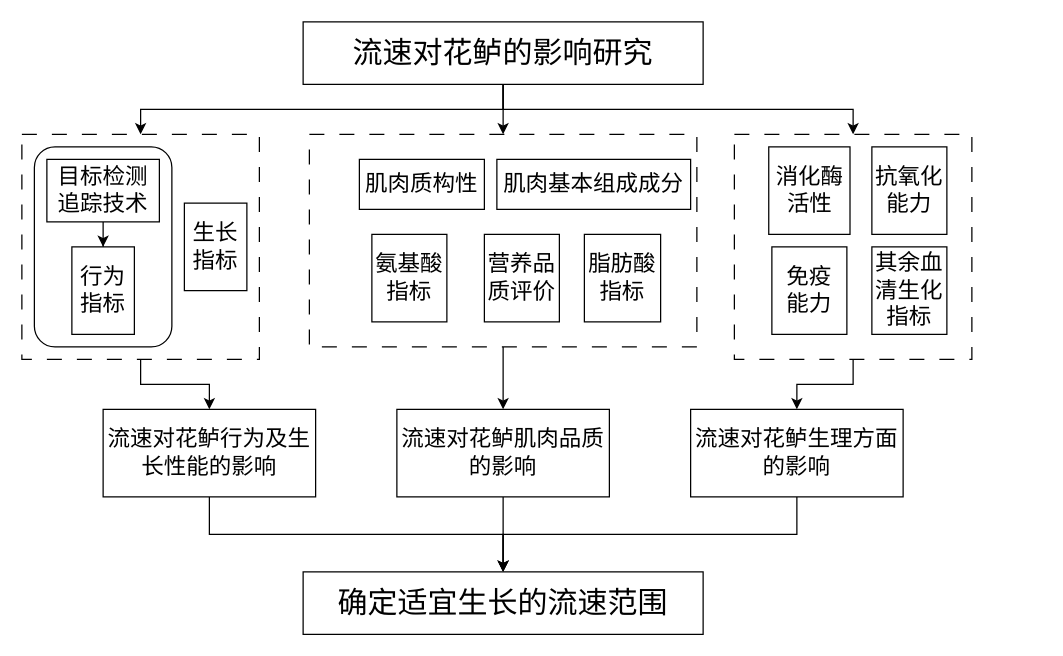
The draw.io diagram 水流对对中华花鲈的影响.drawio in 729973389/picture, before the edit. Source tidied: cells renumbered, new cells numbered last; positions are measured from the earlier drawing's top-left corner, leaving out a move shared by most shapes. Both pictures are drawn from the tidied source at 125%, with x=0, y=0 at pixel (21, 21).
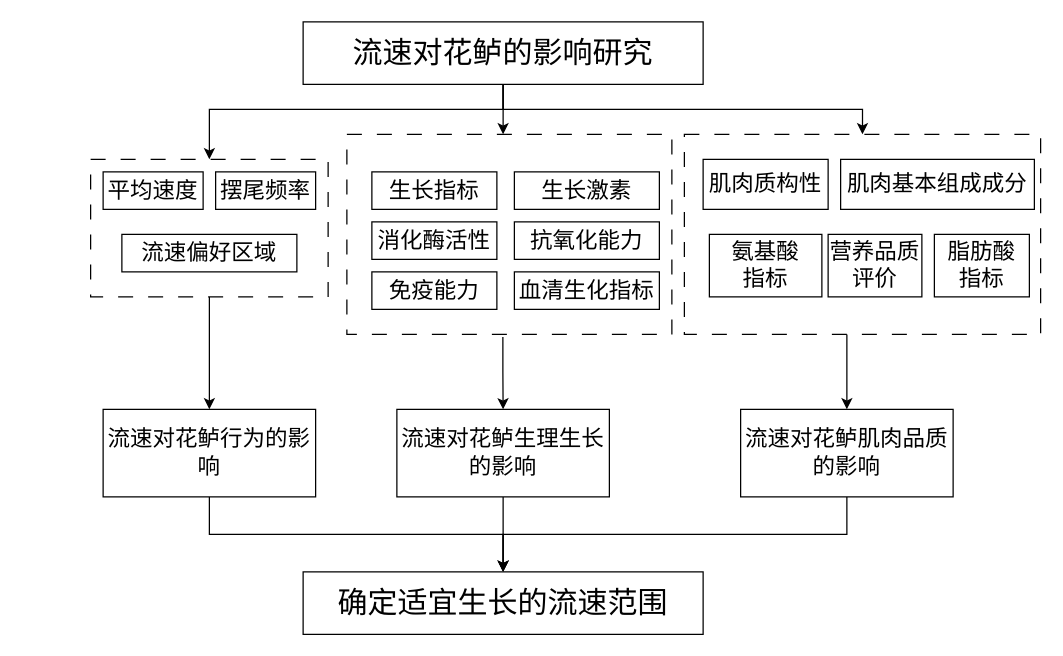
Above is the later version.

Commit message:
更新水流对对中华花鲈的影响.drawio

The change refers to these unchanged cells:
```xml
<mxCell id="5" value="&lt;font style=&quot;font-size: 24px;&quot; face=&quot;宋体&quot;&gt;流速对花鲈的影响研究&lt;/font&gt;" style="rounded=0;whiteSpace=wrap;html=1;" parent="1" vertex="1">
  <mxGeometry x="225" width="320" height="50" as="geometry" />
</mxCell>
<mxCell id="31" value="&lt;font style=&quot;font-size: 24px;&quot; face=&quot;宋体&quot;&gt;确定适宜生长的流速范围&lt;/font&gt;" style="rounded=0;whiteSpace=wrap;html=1;" parent="1" vertex="1">
  <mxGeometry x="225" y="440" width="320" height="50" as="geometry" />
</mxCell>
```

The edit, as a diff of the source:
```diff
@@
     <mxCell id="2" style="edgeStyle=orthogonalEdgeStyle;rounded=0;jettySize=auto;html=1;exitX=0.5;exitY=1;exitDx=0;exitDy=0;entryX=0.5;entryY=0;entryDx=0;entryDy=0;" parent="1" edge="1" source="5" target="7">
-      <mxGeometry relative="1" as="geometry" />
+      <mxGeometry relative="1" as="geometry">
+        <Array as="points">
+          <mxPoint x="385" y="70" />
+          <mxPoint x="150" y="70" />
+        </Array>
+      </mxGeometry>
     </mxCell>
+    <mxCell id="4" style="edgeStyle=orthogonalEdgeStyle;rounded=0;jettySize=auto;html=1;exitX=0.5;exitY=1;exitDx=0;exitDy=0;" parent="1" edge="1" source="5">
+      <mxGeometry relative="1" as="geometry">
+        <mxPoint x="385" y="90" as="targetPoint" />
+      </mxGeometry>
+    </mxCell>
-    <mxCell id="3" style="edgeStyle=orthogonalEdgeStyle;rounded=0;jettySize=auto;html=1;exitX=0.5;exitY=1;exitDx=0;exitDy=0;entryX=0.5;entryY=0;entryDx=0;entryDy=0;" parent="1" edge="1" source="5" target="14">
+    <mxCell id="3" style="edgeStyle=orthogonalEdgeStyle;rounded=0;jettySize=auto;html=1;exitX=0.5;exitY=1;exitDx=0;exitDy=0;" parent="1" edge="1" source="5" target="14">
       <mxGeometry relative="1" as="geometry" />
     </mxCell>
-    <mxCell id="4" style="edgeStyle=orthogonalEdgeStyle;rounded=0;jettySize=auto;html=1;exitX=0.5;exitY=1;exitDx=0;exitDy=0;" parent="1" edge="1" source="5" target="16">
-      <mxGeometry relative="1" as="geometry" />
-    </mxCell>
@@
     <mxCell id="7" style="rounded=0;whiteSpace=wrap;html=1;fillColor=none;dashed=1;dashPattern=12 12;" parent="1" vertex="1">
-      <mxGeometry y="90" width="190" height="180" as="geometry" />
+      <mxGeometry x="55" y="110" width="190" height="110" as="geometry" />
     </mxCell>
-    <mxCell id="8" style="edgeStyle=orthogonalEdgeStyle;rounded=0;jettySize=auto;html=1;" parent="1" edge="1" source="9" target="11">
-      <mxGeometry relative="1" as="geometry" />
-    </mxCell>
-    <mxCell id="9" value="&lt;font style=&quot;font-size: 18px;&quot; face=&quot;宋体&quot;&gt;目标检测追踪技术&lt;/font&gt;" style="rounded=0;whiteSpace=wrap;html=1;" parent="1" vertex="1">
-      <mxGeometry x="20" y="110" width="90" height="50" as="geometry" />
+    <mxCell id="9" value="&lt;font face=&quot;宋体&quot;&gt;&lt;span style=&quot;font-size: 18px;&quot;&gt;平均速度&lt;/span&gt;&lt;/font&gt;" style="rounded=0;whiteSpace=wrap;html=1;" parent="1" vertex="1">
+      <mxGeometry x="65" y="120" width="80" height="30" as="geometry" />
     </mxCell>
     <mxCell id="10" value="&lt;font face=&quot;宋体&quot; style=&quot;font-size: 18px;&quot;&gt;生长指标&lt;/font&gt;" style="rounded=0;whiteSpace=wrap;html=1;" parent="1" vertex="1">
-      <mxGeometry x="130" y="145" width="50" height="70" as="geometry" />
+      <mxGeometry x="280" y="120" width="100" height="30" as="geometry" />
     </mxCell>
-    <mxCell id="11" value="&lt;font face=&quot;宋体&quot; style=&quot;font-size: 18px;&quot;&gt;行为指标&lt;/font&gt;" style="rounded=0;whiteSpace=wrap;html=1;" parent="1" vertex="1">
-      <mxGeometry x="40" y="180" width="50" height="70" as="geometry" />
-    </mxCell>
-    <mxCell id="12" style="rounded=1;whiteSpace=wrap;html=1;fillColor=none;" parent="1" vertex="1">
-      <mxGeometry x="10" y="100" width="110" height="160" as="geometry" />
-    </mxCell>
     <mxCell id="13" style="edgeStyle=orthogonalEdgeStyle;rounded=0;jettySize=auto;html=1;" parent="1" edge="1" source="14" target="28">
-      <mxGeometry relative="1" as="geometry" />
+      <mxGeometry relative="1" as="geometry">
+        <Array as="points">
+          <mxPoint x="660" y="270" />
+          <mxPoint x="660" y="270" />
+        </Array>
+      </mxGeometry>
     </mxCell>
     <mxCell id="14" style="rounded=0;whiteSpace=wrap;html=1;fillColor=none;dashed=1;dashPattern=12 12;" parent="1" vertex="1">
-      <mxGeometry x="230" y="90" width="310" height="170" as="geometry" />
+      <mxGeometry x="530" y="90" width="285" height="160" as="geometry" />
     </mxCell>
-    <mxCell id="15" style="edgeStyle=orthogonalEdgeStyle;rounded=0;jettySize=auto;html=1;" parent="1" edge="1" source="16" target="30">
+    <mxCell id="15" style="edgeStyle=orthogonalEdgeStyle;rounded=0;jettySize=auto;html=1;exitX=0.48;exitY=1.013;exitDx=0;exitDy=0;exitPerimeter=0;" parent="1" edge="1" source="36" target="30">
       <mxGeometry relative="1" as="geometry" />
     </mxCell>
-    <mxCell id="16" style="rounded=0;whiteSpace=wrap;html=1;fillColor=none;dashed=1;dashPattern=12 12;" parent="1" vertex="1">
-      <mxGeometry x="570" y="90" width="190" height="180" as="geometry" />
-    </mxCell>
     <mxCell id="17" value="&lt;font face=&quot;宋体&quot; style=&quot;font-size: 18px;&quot;&gt;肌肉质构性&lt;/font&gt;" style="rounded=0;whiteSpace=wrap;html=1;" parent="1" vertex="1">
-      <mxGeometry x="270" y="110" width="100" height="40" as="geometry" />
+      <mxGeometry x="545" y="110" width="100" height="40" as="geometry" />
     </mxCell>
     <mxCell id="18" value="&lt;font face=&quot;宋体&quot; style=&quot;font-size: 18px;&quot;&gt;肌肉基本组成成分&lt;/font&gt;" style="rounded=0;whiteSpace=wrap;html=1;" parent="1" vertex="1">
-      <mxGeometry x="380" y="110" width="155" height="40" as="geometry" />
+      <mxGeometry x="655" y="110" width="155" height="40" as="geometry" />
     </mxCell>
-    <mxCell id="19" value="&lt;font face=&quot;宋体&quot; style=&quot;font-size: 18px;&quot;&gt;氨基酸指标&lt;/font&gt;" style="rounded=0;whiteSpace=wrap;html=1;" parent="1" vertex="1">
-      <mxGeometry x="280" y="170" width="60" height="70" as="geometry" />
+    <mxCell id="19" value="&lt;font face=&quot;宋体&quot; style=&quot;font-size: 18px;&quot;&gt;氨基酸&lt;br&gt;指标&lt;/font&gt;" style="rounded=0;whiteSpace=wrap;html=1;" parent="1" vertex="1">
+      <mxGeometry x="550" y="170" width="90" height="50" as="geometry" />
     </mxCell>
-    <mxCell id="20" value="&lt;font face=&quot;宋体&quot; style=&quot;font-size: 18px;&quot;&gt;脂肪酸指标&lt;/font&gt;" style="rounded=0;whiteSpace=wrap;html=1;" parent="1" vertex="1">
-      <mxGeometry x="450" y="170" width="61" height="70" as="geometry" />
+    <mxCell id="20" value="&lt;font face=&quot;宋体&quot; style=&quot;font-size: 18px;&quot;&gt;脂肪酸&lt;br&gt;指标&lt;/font&gt;" style="rounded=0;whiteSpace=wrap;html=1;" parent="1" vertex="1">
+      <mxGeometry x="730" y="170" width="76" height="50" as="geometry" />
     </mxCell>
     <mxCell id="21" value="&lt;font face=&quot;宋体&quot; style=&quot;font-size: 18px;&quot;&gt;消化酶活性&lt;/font&gt;" style="rounded=0;whiteSpace=wrap;html=1;" parent="1" vertex="1">
-      <mxGeometry x="597.5" y="100" width="65" height="70" as="geometry" />
+      <mxGeometry x="280" y="160" width="100" height="30" as="geometry" />
     </mxCell>
     <mxCell id="22" value="&lt;font face=&quot;宋体&quot; style=&quot;font-size: 18px;&quot;&gt;抗氧化能力&lt;/font&gt;" style="rounded=0;whiteSpace=wrap;html=1;" parent="1" vertex="1">
-      <mxGeometry x="680" y="100" width="60" height="70" as="geometry" />
+      <mxGeometry x="394" y="160" width="116" height="30" as="geometry" />
     </mxCell>
-    <mxCell id="23" value="&lt;font face=&quot;宋体&quot; style=&quot;font-size: 18px;&quot;&gt;免疫&lt;br&gt;能力&lt;/font&gt;" style="rounded=0;whiteSpace=wrap;html=1;" parent="1" vertex="1">
-      <mxGeometry x="600" y="180" width="60" height="70" as="geometry" />
+    <mxCell id="23" value="&lt;font face=&quot;宋体&quot; style=&quot;font-size: 18px;&quot;&gt;免疫能力&lt;/font&gt;" style="rounded=0;whiteSpace=wrap;html=1;" parent="1" vertex="1">
+      <mxGeometry x="280" y="200" width="100" height="30" as="geometry" />
     </mxCell>
-    <mxCell id="24" value="&lt;font face=&quot;宋体&quot; style=&quot;font-size: 18px;&quot;&gt;其余血清生化指标&lt;/font&gt;" style="rounded=0;whiteSpace=wrap;html=1;" parent="1" vertex="1">
-      <mxGeometry x="680" y="180" width="60" height="70" as="geometry" />
+    <mxCell id="24" value="&lt;font face=&quot;宋体&quot; style=&quot;font-size: 18px;&quot;&gt;血清生化指标&lt;/font&gt;" style="rounded=0;whiteSpace=wrap;html=1;" parent="1" vertex="1">
+      <mxGeometry x="394" y="200" width="116" height="30" as="geometry" />
     </mxCell>
@@
-    <mxCell id="26" value="&lt;font style=&quot;font-size: 18px;&quot; face=&quot;宋体&quot;&gt;流速对花鲈行为及生长性能的影响&lt;/font&gt;" style="rounded=0;whiteSpace=wrap;html=1;" parent="1" vertex="1">
+    <mxCell id="26" value="&lt;font style=&quot;font-size: 18px;&quot; face=&quot;宋体&quot;&gt;流速对花鲈行为的影响&lt;/font&gt;" style="rounded=0;whiteSpace=wrap;html=1;" parent="1" vertex="1">
       <mxGeometry x="65" y="310" width="170" height="70" as="geometry" />
     </mxCell>
     <mxCell id="27" style="edgeStyle=orthogonalEdgeStyle;rounded=0;jettySize=auto;html=1;entryX=0.5;entryY=0;entryDx=0;entryDy=0;" parent="1" edge="1" source="28" target="31">
-      <mxGeometry relative="1" as="geometry" />
+      <mxGeometry relative="1" as="geometry">
+        <Array as="points">
+          <mxPoint x="660" y="410" />
+          <mxPoint x="385" y="410" />
+        </Array>
+      </mxGeometry>
     </mxCell>
     <mxCell id="28" value="&lt;font style=&quot;font-size: 18px;&quot; face=&quot;宋体&quot;&gt;流速对花鲈肌肉品质的影响&lt;/font&gt;" style="rounded=0;whiteSpace=wrap;html=1;" parent="1" vertex="1">
-      <mxGeometry x="300" y="310" width="170" height="70" as="geometry" />
+      <mxGeometry x="575" y="310" width="170" height="70" as="geometry" />
     </mxCell>
@@
-    <mxCell id="30" value="&lt;font style=&quot;font-size: 18px;&quot; face=&quot;宋体&quot;&gt;流速对花鲈生理方面的影响&lt;/font&gt;" style="rounded=0;whiteSpace=wrap;html=1;" parent="1" vertex="1">
-      <mxGeometry x="535" y="310" width="170" height="70" as="geometry" />
+    <mxCell id="30" value="&lt;font style=&quot;font-size: 18px;&quot; face=&quot;宋体&quot;&gt;流速对花鲈生理生长的影响&lt;/font&gt;" style="rounded=0;whiteSpace=wrap;html=1;" parent="1" vertex="1">
+      <mxGeometry x="300" y="310" width="170" height="70" as="geometry" />
     </mxCell>
@@
     <mxCell id="32" value="&lt;font face=&quot;宋体&quot; style=&quot;font-size: 18px;&quot;&gt;营养品质评价&lt;/font&gt;" style="rounded=0;whiteSpace=wrap;html=1;" parent="1" vertex="1">
-      <mxGeometry x="370" y="170" width="60" height="70" as="geometry" />
+      <mxGeometry x="645" y="170" width="75" height="50" as="geometry" />
     </mxCell>
+    <mxCell id="33" value="&lt;font face=&quot;宋体&quot; style=&quot;font-size: 18px;&quot;&gt;生长激素&lt;/font&gt;" style="rounded=0;whiteSpace=wrap;html=1;" parent="1" vertex="1">
+      <mxGeometry x="394" y="120" width="116" height="30" as="geometry" />
+    </mxCell>
+    <mxCell id="34" value="&lt;font face=&quot;宋体&quot;&gt;&lt;span style=&quot;font-size: 18px;&quot;&gt;摆尾频率&lt;/span&gt;&lt;/font&gt;" style="rounded=0;whiteSpace=wrap;html=1;" parent="1" vertex="1">
+      <mxGeometry x="155" y="120" width="80" height="30" as="geometry" />
+    </mxCell>
+    <mxCell id="35" value="&lt;font face=&quot;宋体&quot;&gt;&lt;span style=&quot;font-size: 18px;&quot;&gt;流速偏好区域&lt;/span&gt;&lt;/font&gt;" style="rounded=0;whiteSpace=wrap;html=1;" parent="1" vertex="1">
+      <mxGeometry x="80" y="170" width="140" height="30" as="geometry" />
+    </mxCell>
+    <mxCell id="36" style="rounded=0;whiteSpace=wrap;html=1;fillColor=none;dashed=1;dashPattern=12 12;" parent="1" vertex="1">
+      <mxGeometry x="260" y="90" width="260" height="160" as="geometry" />
+    </mxCell>
```
